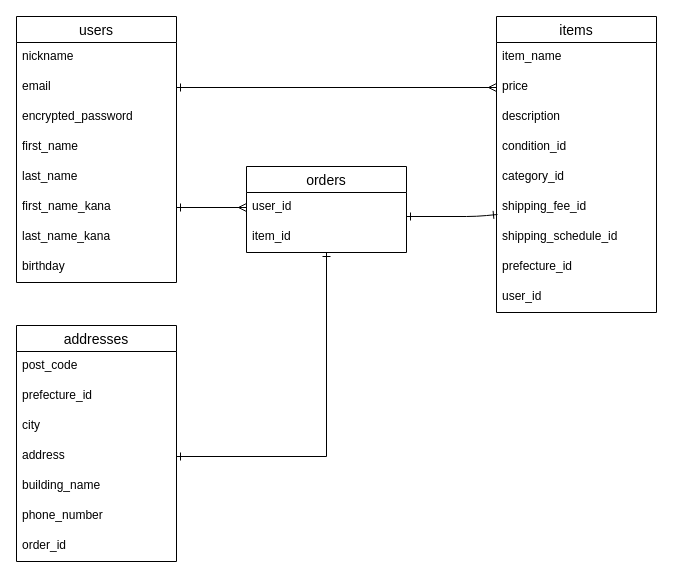
Yamasaki0401/furima-38853 keeps this draw.io diagram as furima.dio. Above is the earlier version. Source tidied: cells renumbered, new cells numbered last; positions are measured from the earlier drawing's top-left corner, leaving out a move shared by most shapes. Both pictures are drawn from the tidied source at 100%, with x=0, y=0 at pixel (16, 16).
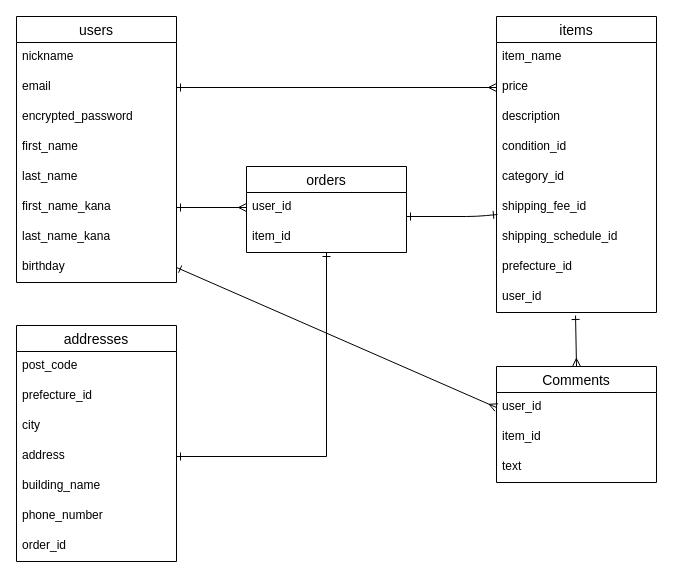
Above is the later version.

The change refers to these unchanged cells:
```xml
<mxCell id="10" value="birthday" style="text;strokeColor=none;fillColor=none;spacingLeft=4;spacingRight=4;overflow=hidden;points=[[0,0.5],[1,0.5]];portConstraint=eastwest;fontSize=12;" parent="2" vertex="1">
  <mxGeometry y="236" width="160" height="30" as="geometry" />
</mxCell>
<mxCell id="20" value="user_id" style="text;strokeColor=none;fillColor=none;spacingLeft=4;spacingRight=4;overflow=hidden;points=[[0,0.5],[1,0.5]];portConstraint=eastwest;fontSize=12;" parent="11" vertex="1">
  <mxGeometry y="266" width="160" height="30" as="geometry" />
</mxCell>
```

What changed in the source:
```diff
@@
+    <mxCell id="38" style="edgeStyle=none;html=1;exitX=0.5;exitY=0;exitDx=0;exitDy=0;entryX=0.494;entryY=1.1;entryDx=0;entryDy=0;entryPerimeter=0;startArrow=ERmany;startFill=0;endArrow=ERone;endFill=0;" parent="1" edge="1" source="39" target="20">
+      <mxGeometry relative="1" as="geometry" />
+    </mxCell>
+    <mxCell id="39" value="Comments" style="swimlane;fontStyle=0;horizontal=1;startSize=26;align=center;fontSize=14;" parent="1" vertex="1">
+      <mxGeometry x="480" y="350" width="160" height="116" as="geometry" />
+    </mxCell>
+    <mxCell id="40" value="user_id" style="text;strokeColor=none;fillColor=none;spacingLeft=4;spacingRight=4;overflow=hidden;points=[[0,0.5],[1,0.5]];portConstraint=eastwest;fontSize=12;" parent="39" vertex="1">
+      <mxGeometry y="26" width="160" height="30" as="geometry" />
+    </mxCell>
+    <mxCell id="41" value="item_id" style="text;strokeColor=none;fillColor=none;spacingLeft=4;spacingRight=4;overflow=hidden;fontSize=12;" parent="39" vertex="1">
+      <mxGeometry y="56" width="160" height="30" as="geometry" />
+    </mxCell>
+    <mxCell id="42" value="text" style="text;strokeColor=none;fillColor=none;spacingLeft=4;spacingRight=4;overflow=hidden;fontSize=12;" parent="39" vertex="1">
+      <mxGeometry y="86" width="160" height="30" as="geometry" />
+    </mxCell>
+    <mxCell id="43" style="edgeStyle=none;html=1;entryX=1;entryY=0.5;entryDx=0;entryDy=0;exitX=0;exitY=0.5;exitDx=0;exitDy=0;endArrow=ERone;endFill=0;startArrow=ERmany;startFill=0;" parent="1" edge="1" source="40" target="10">
+      <mxGeometry relative="1" as="geometry" />
+    </mxCell>
```
